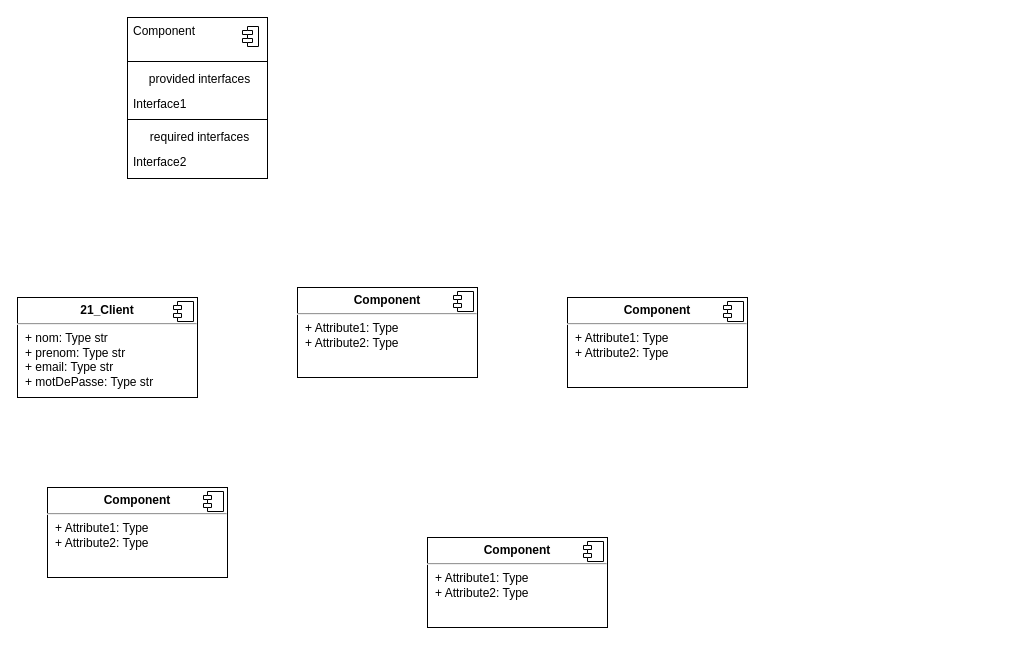
Before: documentation/Diagramme de composants.drawio in jbbaillet85/OCpizzas, a draw.io diagram. Source tidied: cells renumbered, new cells numbered last; positions are measured from the earlier drawing's top-left corner, leaving out a move shared by most shapes. Both pictures are drawn from the tidied source at 100%, with x=0, y=0 at pixel (17, 17).
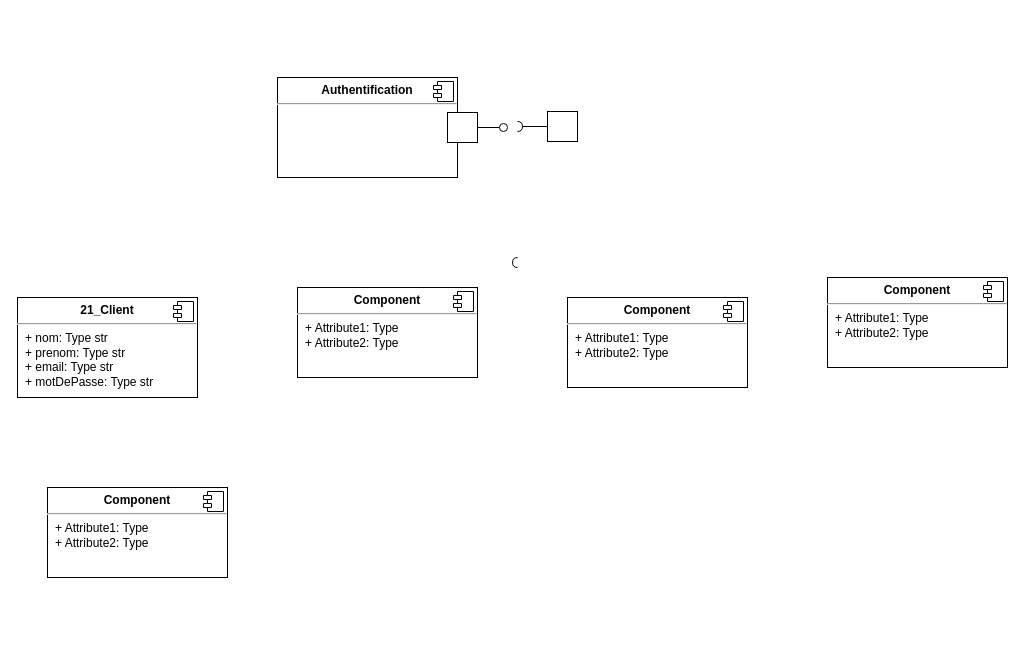
The same diagram, later.

Change to the diagram source:
```diff
@@
     <mxCell id="6" value="&lt;p style=&quot;margin:0px;margin-top:6px;text-align:center;&quot;&gt;&lt;b&gt;Component&lt;/b&gt;&lt;/p&gt;&lt;hr/&gt;&lt;p style=&quot;margin:0px;margin-left:8px;&quot;&gt;+ Attribute1: Type&lt;br/&gt;+ Attribute2: Type&lt;/p&gt;" style="align=left;overflow=fill;html=1;" parent="1" vertex="1">
-      <mxGeometry x="410" y="520" width="180" height="90" as="geometry" />
+      <mxGeometry x="810" y="260" width="180" height="90" as="geometry" />
     </mxCell>
@@
-    <mxCell id="12" style="fontStyle=1;align=center;verticalAlign=top;horizontal=1;" parent="1" vertex="1">
-      <mxGeometry x="110" width="140" height="161" as="geometry" />
-    </mxCell>
-    <mxCell id="13" value="Component" style="html=1;align=left;spacingLeft=4;verticalAlign=top;strokeColor=none;fillColor=none;" parent="12" vertex="1">
-      <mxGeometry width="140" height="40" as="geometry" />
-    </mxCell>
-    <mxCell id="14" style="shape=module;jettyWidth=10;jettyHeight=4;" parent="13" vertex="1">
-      <mxGeometry x="1" width="16" height="20" relative="1" as="geometry">
-        <mxPoint x="-25" y="9" as="offset" />
-      </mxGeometry>
-    </mxCell>
-    <mxCell id="15" style="line;strokeWidth=1;fillColor=none;align=left;verticalAlign=middle;spacingTop=-1;spacingLeft=3;spacingRight=3;labelPosition=right;" parent="12" vertex="1">
-      <mxGeometry y="40" width="140" height="8" as="geometry" />
-    </mxCell>
-    <mxCell id="16" value="provided interfaces" style="html=1;align=center;spacingLeft=4;verticalAlign=top;strokeColor=none;fillColor=none;" parent="12" vertex="1">
-      <mxGeometry y="48" width="140" height="25" as="geometry" />
-    </mxCell>
-    <mxCell id="17" value="Interface1" style="html=1;align=left;spacingLeft=4;verticalAlign=top;strokeColor=none;fillColor=none;" parent="12" vertex="1">
-      <mxGeometry y="73" width="140" height="25" as="geometry" />
-    </mxCell>
-    <mxCell id="18" style="line;strokeWidth=1;fillColor=none;align=left;verticalAlign=middle;spacingTop=-1;spacingLeft=3;spacingRight=3;labelPosition=right;" parent="12" vertex="1">
-      <mxGeometry y="98" width="140" height="8" as="geometry" />
-    </mxCell>
-    <mxCell id="19" value="required interfaces" style="html=1;align=center;spacingLeft=4;verticalAlign=top;strokeColor=none;fillColor=none;" parent="12" vertex="1">
-      <mxGeometry y="106" width="140" height="25" as="geometry" />
-    </mxCell>
-    <mxCell id="20" value="Interface2" style="html=1;align=left;spacingLeft=4;verticalAlign=top;strokeColor=none;fillColor=none;" parent="12" vertex="1">
-      <mxGeometry y="131" width="140" height="30" as="geometry" />
-    </mxCell>
+    <mxCell id="21" value="&lt;p style=&quot;margin: 0px ; margin-top: 6px ; text-align: center&quot;&gt;&lt;b&gt;Authentification&lt;/b&gt;&lt;/p&gt;&lt;hr&gt;&lt;p style=&quot;margin: 0px ; margin-left: 8px&quot;&gt;&lt;br&gt;&lt;/p&gt;&lt;p style=&quot;margin: 0px ; margin-left: 8px&quot;&gt;&lt;br&gt;&lt;/p&gt;" style="align=left;overflow=fill;html=1;" parent="1" vertex="1">
+      <mxGeometry x="260" y="60" width="180" height="100" as="geometry" />
+    </mxCell>
+    <mxCell id="22" style="shape=component;jettyWidth=8;jettyHeight=4;" parent="21" vertex="1">
+      <mxGeometry x="1" width="20" height="20" relative="1" as="geometry">
+        <mxPoint x="-24" y="4" as="offset" />
+      </mxGeometry>
+    </mxCell>
+    <mxCell id="23" style="html=1;rounded=0;" parent="1" vertex="1">
+      <mxGeometry x="430" y="95" width="30" height="30" as="geometry" />
+    </mxCell>
+    <mxCell id="24" style="endArrow=none;html=1;rounded=0;align=center;verticalAlign=top;endFill=0;labelBackgroundColor=none;endSize=2;" parent="1" edge="1" source="23" target="25">
+      <mxGeometry relative="1" as="geometry" />
+    </mxCell>
+    <mxCell id="25" style="ellipse;html=1;fontSize=11;align=center;fillColor=none;points=[];verticalAlign=bottom;labelPosition=center;verticalLabelPosition=top;flipH=1;" parent="1" vertex="1">
+      <mxGeometry x="482" y="106" width="8" height="8" as="geometry" />
+    </mxCell>
+    <mxCell id="26" style="html=1;rounded=0;" parent="1" vertex="1">
+      <mxGeometry x="530" y="94" width="30" height="30" as="geometry" />
+    </mxCell>
+    <mxCell id="27" style="endArrow=none;html=1;rounded=0;align=center;verticalAlign=top;endFill=0;labelBackgroundColor=none;endSize=2;" parent="1" edge="1" source="26" target="28">
+      <mxGeometry relative="1" as="geometry" />
+    </mxCell>
+    <mxCell id="28" style="shape=requiredInterface;html=1;fontSize=11;align=center;fillColor=none;points=[];verticalAlign=bottom;labelPosition=center;verticalLabelPosition=top;flipH=1;direction=west;" parent="1" vertex="1">
+      <mxGeometry x="500" y="104" width="5" height="10" as="geometry" />
+    </mxCell>
+    <mxCell id="29" style="shape=requiredInterface;html=1;fontSize=11;align=center;fillColor=none;verticalAlign=bottom;labelPosition=center;verticalLabelPosition=top;flipH=1;" parent="1" vertex="1">
+      <mxGeometry x="495" y="240" width="5" height="10" as="geometry" />
+    </mxCell>
```
